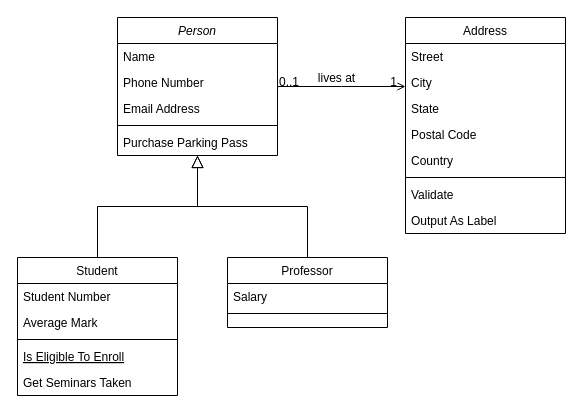
Earlier version of the draw.io diagram Untitled Diagram.drawio (Gbuum/Gbuum). Source tidied: cells renumbered, new cells numbered last; positions are measured from the earlier drawing's top-left corner, leaving out a move shared by most shapes. Both pictures are drawn from the tidied source at 100%, with x=0, y=0 at pixel (17, 17).
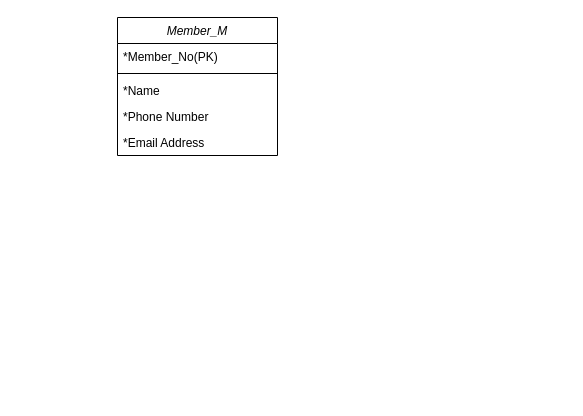
The same diagram, later.

What changed in the source:
```diff
@@
-    <mxCell id="2" value="Person" style="swimlane;fontStyle=2;align=center;verticalAlign=top;horizontal=1;startSize=26;rounded=0;shadow=0;strokeWidth=1;" parent="1" vertex="1">
+    <mxCell id="2" value="Member_M" style="swimlane;fontStyle=2;align=center;verticalAlign=top;horizontal=1;startSize=26;rounded=0;shadow=0;strokeWidth=1;" parent="1" vertex="1">
       <mxGeometry x="100" width="160" height="138" as="geometry" />
     </mxCell>
+    <mxCell id="7" value="*Member_No(PK)" style="text;align=left;verticalAlign=top;spacingLeft=4;spacingRight=4;overflow=hidden;" parent="2" vertex="1">
+      <mxGeometry y="26" width="160" height="26" as="geometry" />
+    </mxCell>
+    <mxCell id="6" style="line;html=1;strokeWidth=1;align=left;verticalAlign=middle;spacingTop=-1;spacingLeft=3;spacingRight=3;labelPosition=right;" parent="2" vertex="1">
+      <mxGeometry y="52" width="160" height="8" as="geometry" />
+    </mxCell>
-    <mxCell id="3" value="Name" style="text;align=left;verticalAlign=top;spacingLeft=4;spacingRight=4;overflow=hidden;" parent="2" vertex="1">
-      <mxGeometry y="26" width="160" height="26" as="geometry" />
+    <mxCell id="3" value="*Name" style="text;align=left;verticalAlign=top;spacingLeft=4;spacingRight=4;overflow=hidden;" parent="2" vertex="1">
+      <mxGeometry y="60" width="160" height="26" as="geometry" />
     </mxCell>
-    <mxCell id="4" value="Phone Number" style="text;align=left;verticalAlign=top;spacingLeft=4;spacingRight=4;overflow=hidden;rounded=0;shadow=0;html=0;" parent="2" vertex="1">
-      <mxGeometry y="52" width="160" height="26" as="geometry" />
+    <mxCell id="4" value="*Phone Number" style="text;align=left;verticalAlign=top;spacingLeft=4;spacingRight=4;overflow=hidden;rounded=0;shadow=0;html=0;" parent="2" vertex="1">
+      <mxGeometry y="86" width="160" height="26" as="geometry" />
     </mxCell>
-    <mxCell id="5" value="Email Address" style="text;align=left;verticalAlign=top;spacingLeft=4;spacingRight=4;overflow=hidden;rounded=0;shadow=0;html=0;" parent="2" vertex="1">
-      <mxGeometry y="78" width="160" height="26" as="geometry" />
+    <mxCell id="5" value="*Email Address" style="text;align=left;verticalAlign=top;spacingLeft=4;spacingRight=4;overflow=hidden;rounded=0;shadow=0;html=0;" parent="2" vertex="1">
+      <mxGeometry y="112" width="160" height="26" as="geometry" />
     </mxCell>
-    <mxCell id="6" style="line;html=1;strokeWidth=1;align=left;verticalAlign=middle;spacingTop=-1;spacingLeft=3;spacingRight=3;labelPosition=right;" parent="2" vertex="1">
-      <mxGeometry y="104" width="160" height="8" as="geometry" />
-    </mxCell>
-    <mxCell id="7" value="Purchase Parking Pass" style="text;align=left;verticalAlign=top;spacingLeft=4;spacingRight=4;overflow=hidden;" parent="2" vertex="1">
-      <mxGeometry y="112" width="160" height="26" as="geometry" />
-    </mxCell>
-    <mxCell id="8" value="Student" style="swimlane;fontStyle=0;align=center;verticalAlign=top;horizontal=1;startSize=26;rounded=0;shadow=0;strokeWidth=1;" parent="1" vertex="1">
-      <mxGeometry y="240" width="160" height="138" as="geometry" />
-    </mxCell>
-    <mxCell id="9" value="Student Number" style="text;align=left;verticalAlign=top;spacingLeft=4;spacingRight=4;overflow=hidden;" parent="8" vertex="1">
-      <mxGeometry y="26" width="160" height="26" as="geometry" />
-    </mxCell>
-    <mxCell id="10" value="Average Mark" style="text;align=left;verticalAlign=top;spacingLeft=4;spacingRight=4;overflow=hidden;rounded=0;shadow=0;html=0;" parent="8" vertex="1">
-      <mxGeometry y="52" width="160" height="26" as="geometry" />
-    </mxCell>
-    <mxCell id="11" style="line;html=1;strokeWidth=1;align=left;verticalAlign=middle;spacingTop=-1;spacingLeft=3;spacingRight=3;labelPosition=right;" parent="8" vertex="1">
-      <mxGeometry y="78" width="160" height="8" as="geometry" />
-    </mxCell>
-    <mxCell id="12" value="Is Eligible To Enroll" style="text;align=left;verticalAlign=top;spacingLeft=4;spacingRight=4;overflow=hidden;fontStyle=4;" parent="8" vertex="1">
-      <mxGeometry y="86" width="160" height="26" as="geometry" />
-    </mxCell>
-    <mxCell id="13" value="Get Seminars Taken" style="text;align=left;verticalAlign=top;spacingLeft=4;spacingRight=4;overflow=hidden;" parent="8" vertex="1">
-      <mxGeometry y="112" width="160" height="26" as="geometry" />
-    </mxCell>
-    <mxCell id="14" style="endArrow=block;endSize=10;endFill=0;shadow=0;strokeWidth=1;rounded=0;edgeStyle=elbowEdgeStyle;elbow=vertical;" parent="1" edge="1" source="8" target="2">
-      <mxGeometry relative="1" as="geometry" />
-    </mxCell>
-    <mxCell id="15" value="Professor" style="swimlane;fontStyle=0;align=center;verticalAlign=top;horizontal=1;startSize=26;rounded=0;shadow=0;strokeWidth=1;" parent="1" vertex="1">
-      <mxGeometry x="210" y="240" width="160" height="70" as="geometry" />
-    </mxCell>
-    <mxCell id="16" value="Salary" style="text;align=left;verticalAlign=top;spacingLeft=4;spacingRight=4;overflow=hidden;" parent="15" vertex="1">
-      <mxGeometry y="26" width="160" height="26" as="geometry" />
-    </mxCell>
-    <mxCell id="17" style="line;html=1;strokeWidth=1;align=left;verticalAlign=middle;spacingTop=-1;spacingLeft=3;spacingRight=3;labelPosition=right;" parent="15" vertex="1">
-      <mxGeometry y="52" width="160" height="8" as="geometry" />
-    </mxCell>
-    <mxCell id="18" style="endArrow=block;endSize=10;endFill=0;shadow=0;strokeWidth=1;rounded=0;edgeStyle=elbowEdgeStyle;elbow=vertical;" parent="1" edge="1" source="15" target="2">
-      <mxGeometry relative="1" as="geometry" />
-    </mxCell>
-    <mxCell id="19" value="Address" style="swimlane;fontStyle=0;align=center;verticalAlign=top;horizontal=1;startSize=26;rounded=0;shadow=0;strokeWidth=1;" parent="1" vertex="1">
-      <mxGeometry x="388" width="160" height="216" as="geometry" />
-    </mxCell>
-    <mxCell id="20" value="Street" style="text;align=left;verticalAlign=top;spacingLeft=4;spacingRight=4;overflow=hidden;" parent="19" vertex="1">
-      <mxGeometry y="26" width="160" height="26" as="geometry" />
-    </mxCell>
-    <mxCell id="21" value="City" style="text;align=left;verticalAlign=top;spacingLeft=4;spacingRight=4;overflow=hidden;rounded=0;shadow=0;html=0;" parent="19" vertex="1">
-      <mxGeometry y="52" width="160" height="26" as="geometry" />
-    </mxCell>
-    <mxCell id="22" value="State" style="text;align=left;verticalAlign=top;spacingLeft=4;spacingRight=4;overflow=hidden;rounded=0;shadow=0;html=0;" parent="19" vertex="1">
-      <mxGeometry y="78" width="160" height="26" as="geometry" />
-    </mxCell>
-    <mxCell id="23" value="Postal Code" style="text;align=left;verticalAlign=top;spacingLeft=4;spacingRight=4;overflow=hidden;rounded=0;shadow=0;html=0;" parent="19" vertex="1">
-      <mxGeometry y="104" width="160" height="26" as="geometry" />
-    </mxCell>
-    <mxCell id="24" value="Country" style="text;align=left;verticalAlign=top;spacingLeft=4;spacingRight=4;overflow=hidden;rounded=0;shadow=0;html=0;" parent="19" vertex="1">
-      <mxGeometry y="130" width="160" height="26" as="geometry" />
-    </mxCell>
-    <mxCell id="25" style="line;html=1;strokeWidth=1;align=left;verticalAlign=middle;spacingTop=-1;spacingLeft=3;spacingRight=3;labelPosition=right;" parent="19" vertex="1">
-      <mxGeometry y="156" width="160" height="8" as="geometry" />
-    </mxCell>
-    <mxCell id="26" value="Validate" style="text;align=left;verticalAlign=top;spacingLeft=4;spacingRight=4;overflow=hidden;" parent="19" vertex="1">
-      <mxGeometry y="164" width="160" height="26" as="geometry" />
-    </mxCell>
-    <mxCell id="27" value="Output As Label" style="text;align=left;verticalAlign=top;spacingLeft=4;spacingRight=4;overflow=hidden;" parent="19" vertex="1">
-      <mxGeometry y="190" width="160" height="26" as="geometry" />
-    </mxCell>
-    <mxCell id="28" style="endArrow=open;shadow=0;strokeWidth=1;rounded=0;endFill=1;edgeStyle=elbowEdgeStyle;elbow=vertical;" parent="1" edge="1" source="2" target="19">
-      <mxGeometry x="0.5" y="41" relative="1" as="geometry">
-        <mxPoint x="-40" y="32" as="offset" />
-      </mxGeometry>
-    </mxCell>
-    <mxCell id="29" value="0..1" style="align=left;verticalAlign=bottom;labelBackgroundColor=none;fontSize=12;" parent="28" vertex="1">
-      <mxGeometry x="-1" relative="1" as="geometry">
-        <mxPoint y="4" as="offset" />
-      </mxGeometry>
-    </mxCell>
-    <mxCell id="30" value="1" style="align=right;verticalAlign=bottom;labelBackgroundColor=none;fontSize=12;" parent="28" vertex="1">
-      <mxGeometry x="1" relative="1" as="geometry">
-        <mxPoint x="-7" y="4" as="offset" />
-      </mxGeometry>
-    </mxCell>
-    <mxCell id="31" value="lives at" style="text;html=1;align=center;verticalAlign=middle;labelBackgroundColor=none;rounded=0;shadow=0;strokeWidth=1;fontSize=12;" parent="28" vertex="1">
-      <mxGeometry x="0.5" y="49" relative="1" as="geometry">
-        <mxPoint x="-38" y="40" as="offset" />
-      </mxGeometry>
-    </mxCell>
```
